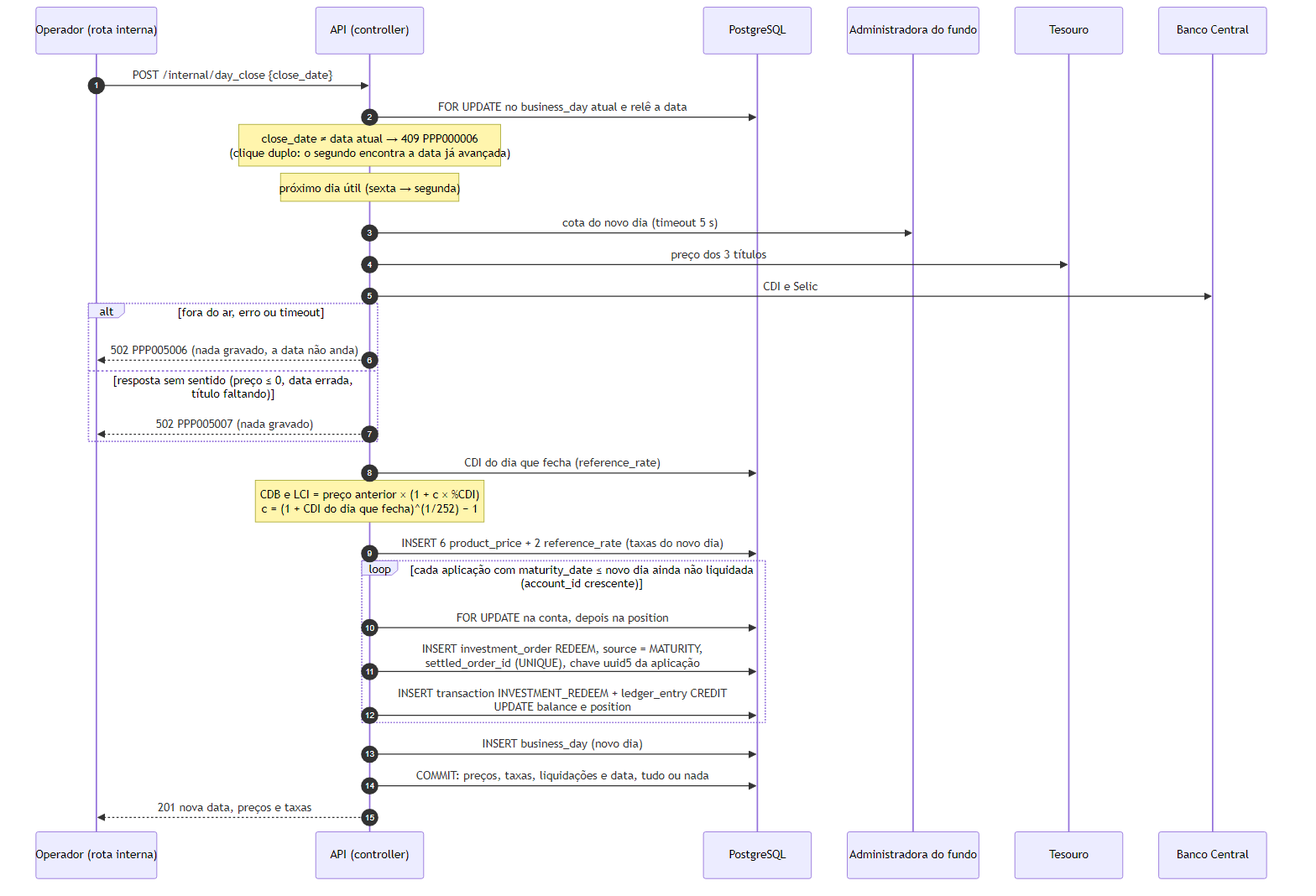
Before: docs/diagramas/fechamento-do-dia.png, a diagram exported from Mermaid (heluylucas/bootcamp-qi-tech-presidas-). Its source is kept beside it as docs/diagramas/fechamento-do-dia.mmd.
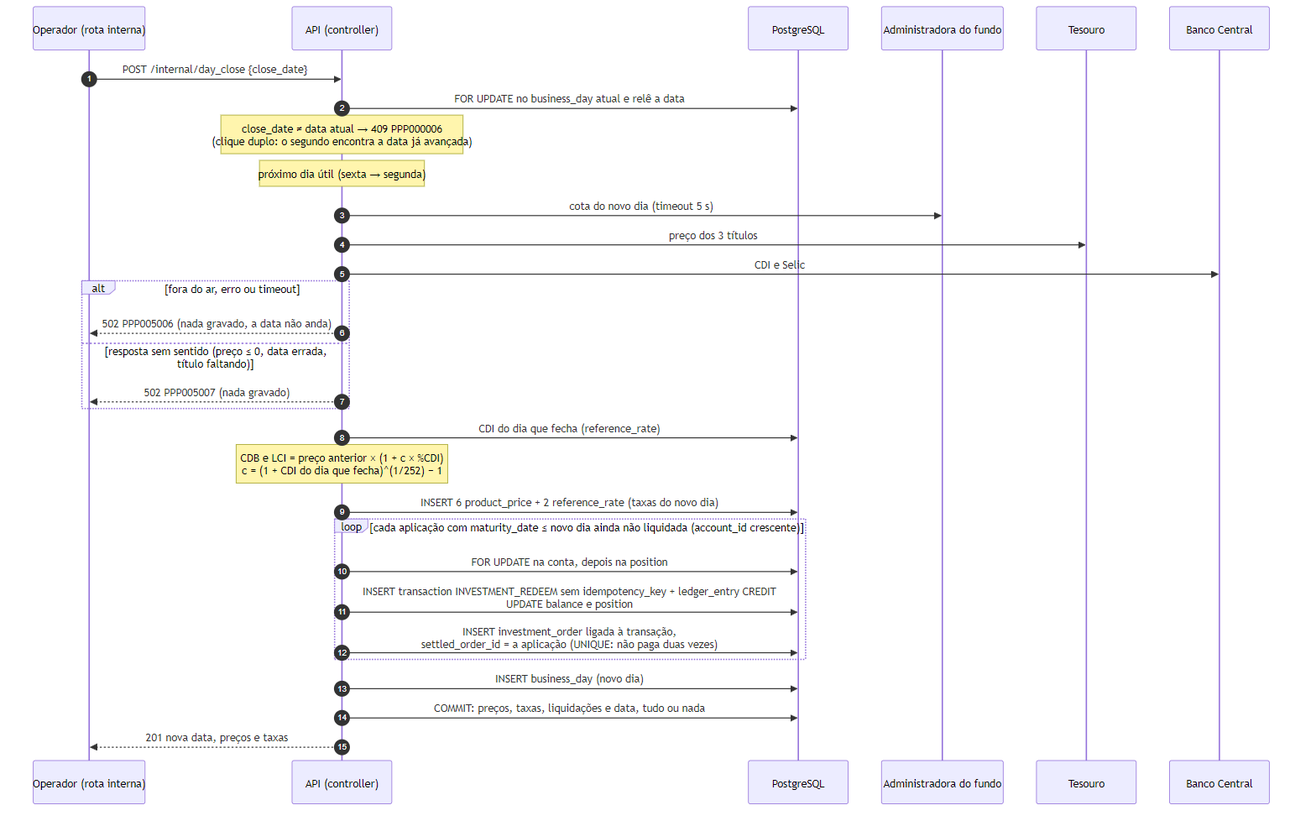
The same diagram one commit later.

What changed in the source:
```diff
@@ -24,8 +24,8 @@
     API->>DB: INSERT 6 product_price + 2 reference_rate (taxas do novo dia)
     loop cada aplicação com maturity_date ≤ novo dia ainda não liquidada (account_id crescente)
         API->>DB: FOR UPDATE na conta, depois na position
-        API->>DB: INSERT investment_order REDEEM, source = MATURITY,<br/>settled_order_id (UNIQUE), chave uuid5 da aplicação
-        API->>DB: INSERT transaction INVESTMENT_REDEEM + ledger_entry CREDIT<br/>UPDATE balance e position
+        API->>DB: INSERT transaction INVESTMENT_REDEEM sem idempotency_key + ledger_entry CREDIT<br/>UPDATE balance e position
+        API->>DB: INSERT investment_order ligada à transação,<br/>settled_order_id = a aplicação (UNIQUE: não paga duas vezes)
     end
     API->>DB: INSERT business_day (novo dia)
     API->>DB: COMMIT: preços, taxas, liquidações e data, tudo ou nada
```
